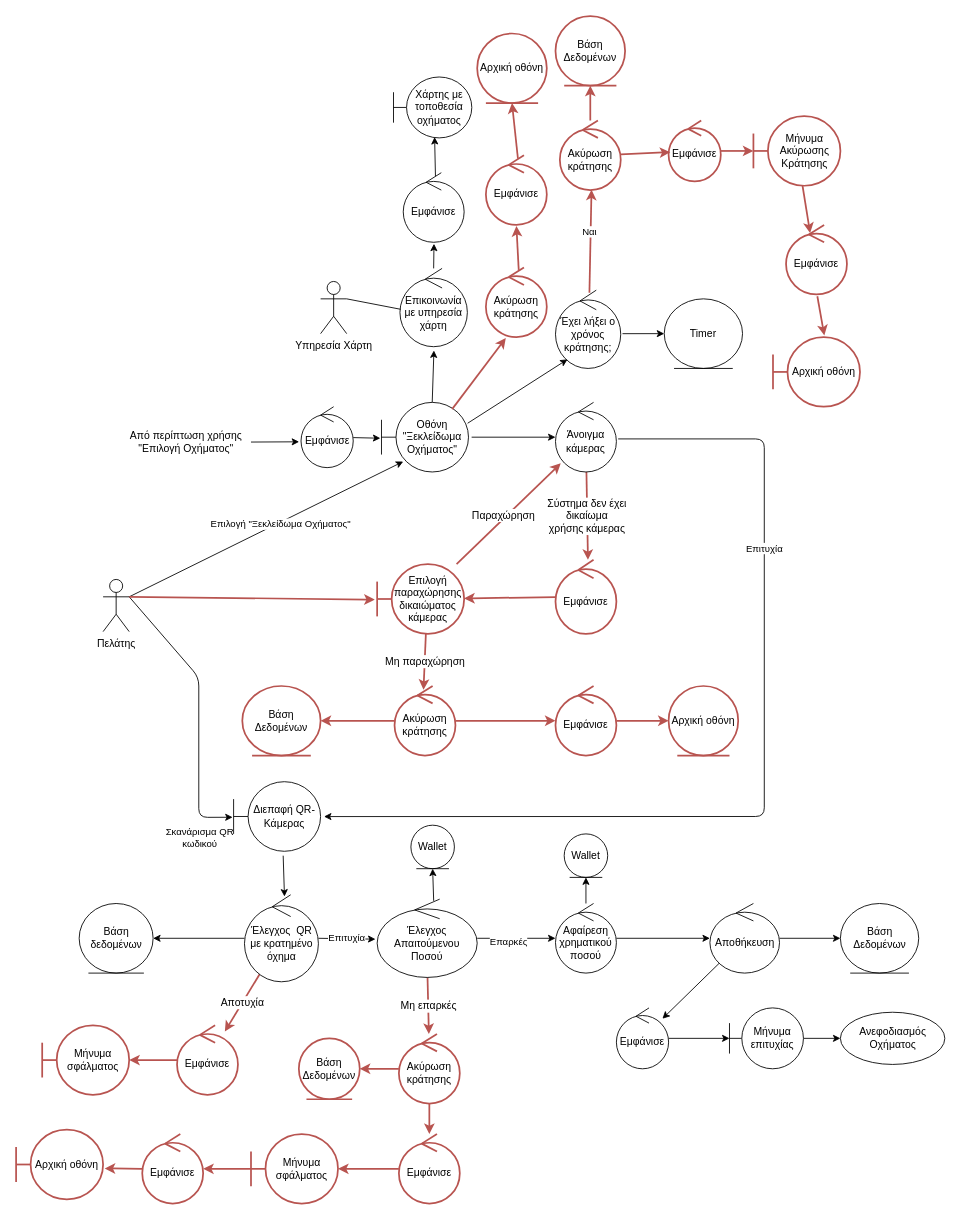
The draw.io diagram Part_3/Robustness/diagrams/02_Ξεκλείδωμα_Οχήματος.drawio in Nikolis2002/texnoligia_logismikou, before the edit. Source tidied: cells renumbered, new cells numbered last; positions are measured from the earlier drawing's top-left corner, leaving out a move shared by most shapes. Both pictures are drawn from the tidied source at 87%, with x=0, y=0 at pixel (16, 16).
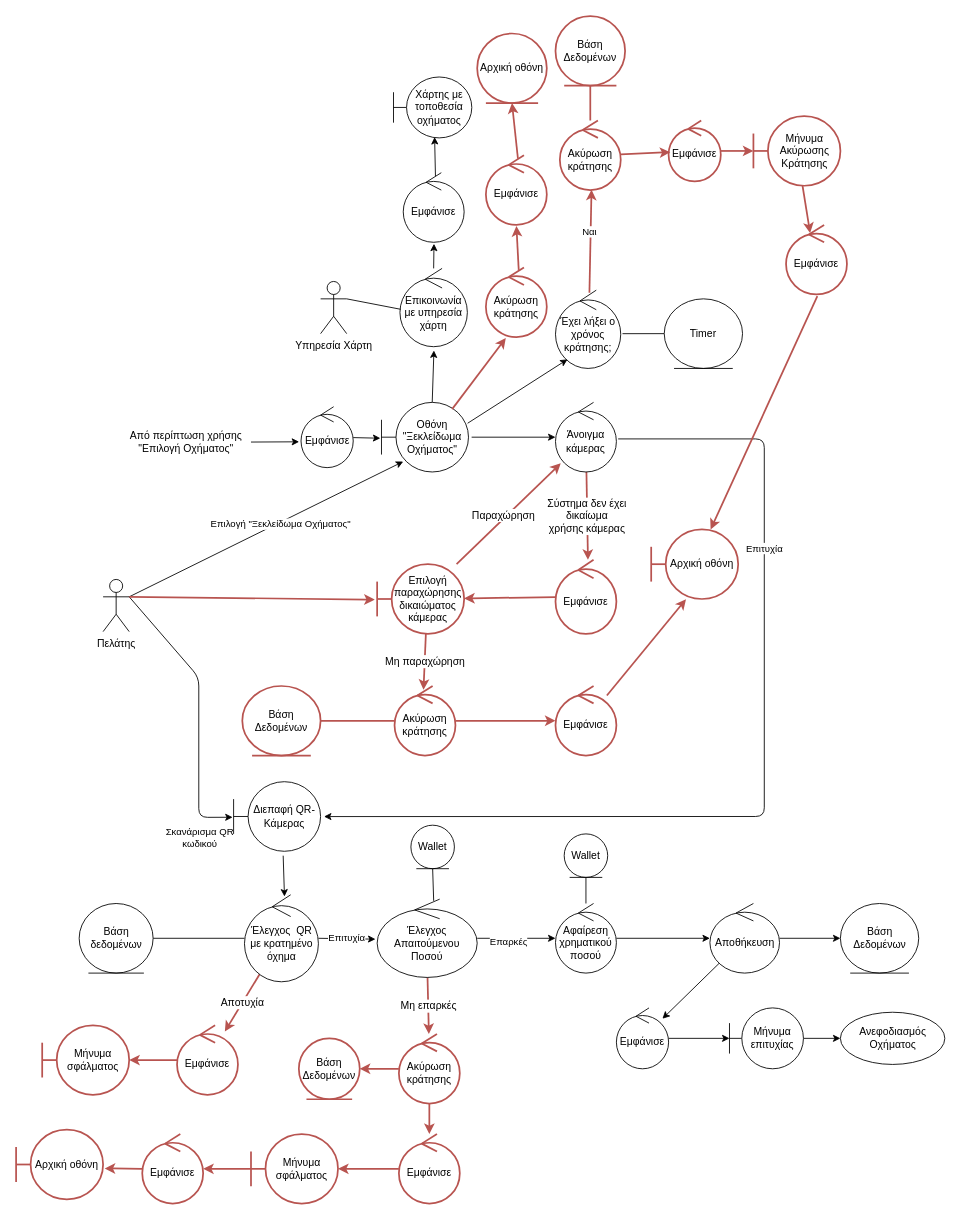
The same diagram, later.

Unchanged cells that the change refers to:
```xml
<mxCell id="9" value="Έχει λήξει ο χρόνος κράτησης;" style="ellipse;shape=umlControl;whiteSpace=wrap;html=1;" parent="1" vertex="1">
  <mxGeometry x="620" y="315" width="75" height="90" as="geometry" />
</mxCell>
<mxCell id="19" value="Έλεγχος Απαιτούμενου Ποσού" style="ellipse;shape=umlControl;whiteSpace=wrap;html=1;" parent="1" vertex="1">
  <mxGeometry x="415" y="1015" width="115" height="90" as="geometry" />
</mxCell>
<mxCell id="22" value="Αφαίρεση χρηματικού ποσού" style="ellipse;shape=umlControl;whiteSpace=wrap;html=1;" parent="1" vertex="1">
  <mxGeometry x="620" y="1020" width="70" height="80" as="geometry" />
</mxCell>
<mxCell id="23" value="Wallet" style="ellipse;shape=umlEntity;whiteSpace=wrap;html=1;" parent="1" vertex="1">
  <mxGeometry x="630" y="940" width="50" height="50" as="geometry" />
</mxCell>
<mxCell id="29" value="Wallet" style="ellipse;shape=umlEntity;whiteSpace=wrap;html=1;" parent="1" vertex="1">
  <mxGeometry x="453.8" y="930" width="50" height="50" as="geometry" />
</mxCell>
<mxCell id="38" value="Ακύρωση κράτησης" style="ellipse;shape=umlControl;whiteSpace=wrap;html=1;fillColor=none;strokeColor=#b85450;strokeWidth=2;" parent="1" vertex="1">
  <mxGeometry x="435" y="770" width="70" height="80" as="geometry" />
</mxCell>
<mxCell id="39" value="Βάση Δεδομένων" style="ellipse;shape=umlEntity;whiteSpace=wrap;html=1;fillColor=none;strokeColor=#b85450;strokeWidth=2;" parent="1" vertex="1">
  <mxGeometry x="260" y="770" width="90" height="80" as="geometry" />
</mxCell>
<mxCell id="41" value="Εμφάνισε" style="ellipse;shape=umlControl;whiteSpace=wrap;html=1;fillColor=none;strokeColor=#b85450;strokeWidth=2;" parent="1" vertex="1">
  <mxGeometry x="620" y="770" width="70" height="80" as="geometry" />
</mxCell>
<mxCell id="65" value="Ακύρωση κράτησης" style="ellipse;shape=umlControl;whiteSpace=wrap;html=1;fillColor=none;strokeColor=#b85450;strokeWidth=2;" parent="1" vertex="1">
  <mxGeometry x="625" y="120" width="70" height="80" as="geometry" />
</mxCell>
<mxCell id="66" value="Εμφάνισε" style="ellipse;shape=umlControl;whiteSpace=wrap;html=1;fillColor=none;strokeColor=#b85450;strokeWidth=2;" parent="1" vertex="1">
  <mxGeometry x="885" y="240" width="70" height="80" as="geometry" />
</mxCell>
<mxCell id="67" value="Βάση Δεδομένων" style="ellipse;shape=umlEntity;whiteSpace=wrap;html=1;fillColor=none;strokeColor=#b85450;strokeWidth=2;" parent="1" vertex="1">
  <mxGeometry x="620" width="80" height="80" as="geometry" />
</mxCell>
<mxCell id="87" value="Έλεγχος&amp;nbsp; QR με κρατημένο όχημα" style="ellipse;shape=umlControl;whiteSpace=wrap;html=1;" parent="1" vertex="1">
  <mxGeometry x="262.5" y="1010" width="85" height="100" as="geometry" />
</mxCell>
<mxCell id="88" value="Βάση δεδομένων" style="ellipse;shape=umlEntity;whiteSpace=wrap;html=1;" parent="1" vertex="1">
  <mxGeometry x="72.5" y="1020" width="85" height="80" as="geometry" />
</mxCell>
<mxCell id="90" value="Timer" style="ellipse;shape=umlEntity;whiteSpace=wrap;html=1;" parent="1" vertex="1">
  <mxGeometry x="745" y="325" width="90" height="80" as="geometry" />
</mxCell>
```

Change to the diagram source:
```diff
@@
-    <mxCell id="18" style="edgeStyle=none;html=1;entryX=0.5;entryY=1;entryDx=0;entryDy=0;endArrow=classic;endFill=1;exitX=0.565;exitY=0.022;exitDx=0;exitDy=0;exitPerimeter=0;" parent="1" edge="1" source="19" target="29">
+    <mxCell id="18" style="edgeStyle=none;html=1;entryX=0.5;entryY=1;entryDx=0;entryDy=0;endArrow=none;endFill=0;exitX=0.565;exitY=0.022;exitDx=0;exitDy=0;exitPerimeter=0;" parent="1" edge="1" source="19" target="29">
       <mxGeometry relative="1" as="geometry" />
     </mxCell>
@@
-    <mxCell id="20" style="edgeStyle=none;html=1;endArrow=classic;endFill=1;" parent="1" edge="1" source="22" target="23">
+    <mxCell id="20" style="edgeStyle=none;html=1;endArrow=none;endFill=0;" parent="1" edge="1" source="22" target="23">
       <mxGeometry relative="1" as="geometry" />
     </mxCell>
@@
-    <mxCell id="36" style="edgeStyle=none;html=1;fontSize=12;fillColor=none;strokeColor=#b85450;strokeWidth=2;" parent="1" edge="1" source="38" target="39">
+    <mxCell id="36" style="edgeStyle=none;html=1;fontSize=12;fillColor=none;strokeColor=#b85450;strokeWidth=2;endArrow=none;endFill=0;" parent="1" edge="1" source="38" target="39">
       <mxGeometry relative="1" as="geometry" />
     </mxCell>
@@
-    <mxCell id="40" style="edgeStyle=none;html=1;endArrow=classic;endFill=1;fontSize=12;fillColor=none;strokeColor=#b85450;strokeWidth=2;" parent="1" edge="1" source="41" target="52">
+    <mxCell id="40" style="edgeStyle=none;html=1;endArrow=classic;endFill=1;fontSize=12;fillColor=none;strokeColor=#b85450;strokeWidth=2;entryX=0.4;entryY=1.003;entryDx=0;entryDy=0;entryPerimeter=0;" parent="1" edge="1" source="41" target="68">
       <mxGeometry relative="1" as="geometry" />
     </mxCell>
@@
-    <mxCell id="52" value="Αρχική οθόνη" style="ellipse;shape=umlEntity;whiteSpace=wrap;html=1;fillColor=none;strokeColor=#b85450;strokeWidth=2;" parent="1" vertex="1">
-      <mxGeometry x="750" y="770" width="80" height="80" as="geometry" />
-    </mxCell>
@@
     <mxCell id="68" value="Αρχική οθόνη" style="shape=umlBoundary;whiteSpace=wrap;html=1;fillColor=none;strokeColor=#b85450;strokeWidth=2;" parent="1" vertex="1">
-      <mxGeometry x="870" y="369" width="100" height="80" as="geometry" />
+      <mxGeometry x="730" y="590" width="100" height="80" as="geometry" />
     </mxCell>
-    <mxCell id="69" style="edgeStyle=none;html=1;fontSize=12;fillColor=none;strokeColor=#b85450;strokeWidth=2;entryX=0.5;entryY=1;entryDx=0;entryDy=0;" parent="1" edge="1" source="65" target="67">
+    <mxCell id="69" style="edgeStyle=none;html=1;fontSize=12;fillColor=none;strokeColor=#b85450;strokeWidth=2;entryX=0.5;entryY=1;entryDx=0;entryDy=0;endArrow=none;endFill=0;" parent="1" edge="1" source="65" target="67">
       <mxGeometry relative="1" as="geometry" />
     </mxCell>
-    <mxCell id="70" style="edgeStyle=none;html=1;fontSize=12;fillColor=none;strokeColor=#b85450;strokeWidth=2;entryX=0.59;entryY=-0.025;entryDx=0;entryDy=0;entryPerimeter=0;exitX=0.514;exitY=1.025;exitDx=0;exitDy=0;exitPerimeter=0;" parent="1" edge="1" source="66" target="68">
+    <mxCell id="70" style="edgeStyle=none;html=1;fontSize=12;fillColor=none;strokeColor=#b85450;strokeWidth=2;exitX=0.514;exitY=1.025;exitDx=0;exitDy=0;exitPerimeter=0;" parent="1" edge="1" source="66" target="68">
       <mxGeometry relative="1" as="geometry" />
     </mxCell>
@@
-    <mxCell id="84" style="edgeStyle=none;html=1;entryX=1;entryY=0.5;entryDx=0;entryDy=0;" parent="1" edge="1" source="87" target="88">
+    <mxCell id="84" style="edgeStyle=none;html=1;entryX=1;entryY=0.5;entryDx=0;entryDy=0;endArrow=none;endFill=0;" parent="1" edge="1" source="87" target="88">
       <mxGeometry relative="1" as="geometry" />
     </mxCell>
@@
-    <mxCell id="89" style="edgeStyle=none;html=1;exitX=1.027;exitY=0.556;exitDx=0;exitDy=0;exitPerimeter=0;entryX=0;entryY=0.5;entryDx=0;entryDy=0;" parent="1" edge="1" source="9" target="90">
+    <mxCell id="89" style="edgeStyle=none;html=1;exitX=1.027;exitY=0.556;exitDx=0;exitDy=0;exitPerimeter=0;entryX=0;entryY=0.5;entryDx=0;entryDy=0;endArrow=none;endFill=0;" parent="1" edge="1" source="9" target="90">
       <mxGeometry relative="1" as="geometry" />
     </mxCell>
```
